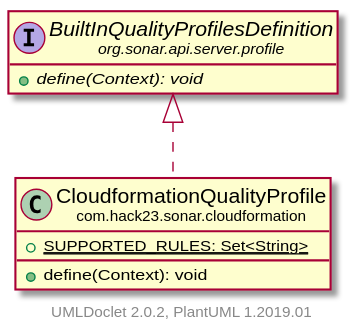
This is testapidocs/com/hack23/sonar/cloudformation/CloudformationQualityProfile.svg from Hack23/sonar-cloudformation-plugin, a PlantUML export, as it was before one commit. The source it was exported from:
```plantuml
@startuml
    set namespaceSeparator none
    hide empty fields
    hide empty methods

    class "<size:14>CloudformationQualityProfile\n<size:10>com.hack23.sonar.cloudformation" as com.hack23.sonar.cloudformation.CloudformationQualityProfile [[CloudformationQualityProfile.html]] {
        {static} +SUPPORTED_RULES: Set<String>
        +define(Context): void
    }

    interface "<size:14>BuiltInQualityProfilesDefinition\n<size:10>org.sonar.api.server.profile" as org.sonar.api.server.profile.BuiltInQualityProfilesDefinition {
        {abstract} +define(Context): void
    }

    org.sonar.api.server.profile.BuiltInQualityProfilesDefinition <|.. com.hack23.sonar.cloudformation.CloudformationQualityProfile

    center footer UMLDoclet 2.0.2, PlantUML 1.2019.01
@enduml
```
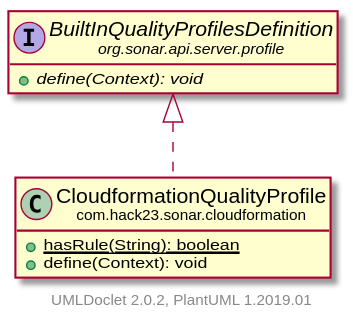
Later version of the same file.

Diff of the diagram source:
```diff
@@ -4,7 +4,7 @@
     hide empty methods
 
     class "<size:14>CloudformationQualityProfile\n<size:10>com.hack23.sonar.cloudformation" as com.hack23.sonar.cloudformation.CloudformationQualityProfile [[CloudformationQualityProfile.html]] {
-        {static} +SUPPORTED_RULES: Set<String>
+        {static} +hasRule(String): boolean
         +define(Context): void
     }
 
```
